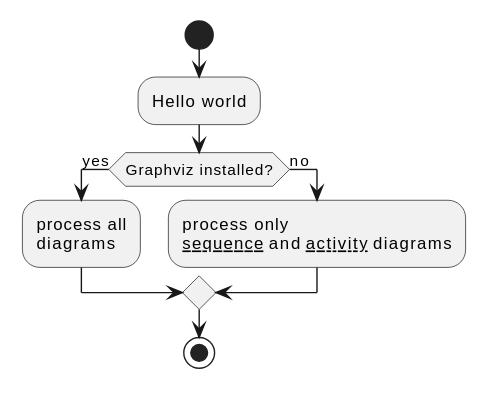
This is corpus/svg/diagrams/kroki-plantuml-activity.svg from grigoriev/weasysvg, a PlantUML export, as it was before one commit. Source of this version:
```plantuml
@startuml
start
:Hello world;
if (Graphviz installed?) then (yes)
  :process all\ndiagrams;
else (no)
  :process only
  __sequence__ and __activity__ diagrams;
endif
stop
@enduml
```
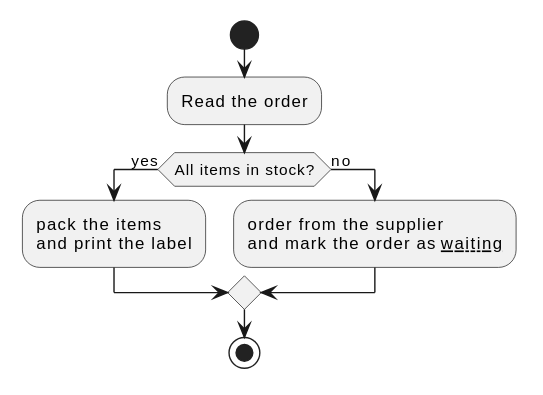
The same diagram one commit later.

Diff of the diagram source:
```diff
@@ -1,11 +1,11 @@
 @startuml
 start
-:Hello world;
-if (Graphviz installed?) then (yes)
-  :process all\ndiagrams;
+:Read the order;
+if (All items in stock?) then (yes)
+  :pack the items\nand print the label;
 else (no)
-  :process only
-  __sequence__ and __activity__ diagrams;
+  :order from the supplier
+  and mark the order as __waiting__;
 endif
 stop
 @enduml
```
